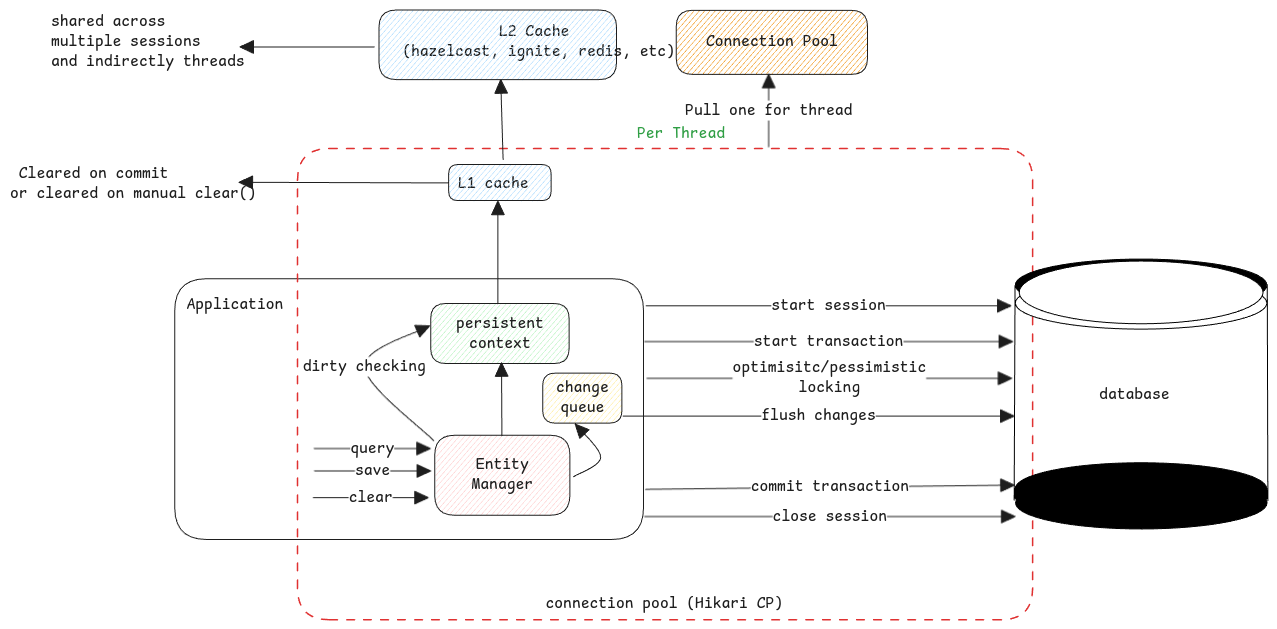
Above: static/img/jpa-database-transactions.excalidraw.png in swaroopar/inprogress-engineer (Excalidraw), before the change. Source tidied: one line per element, renumbered; positions are measured from the earlier drawing's top-left corner, leaving out a move shared by most shapes.
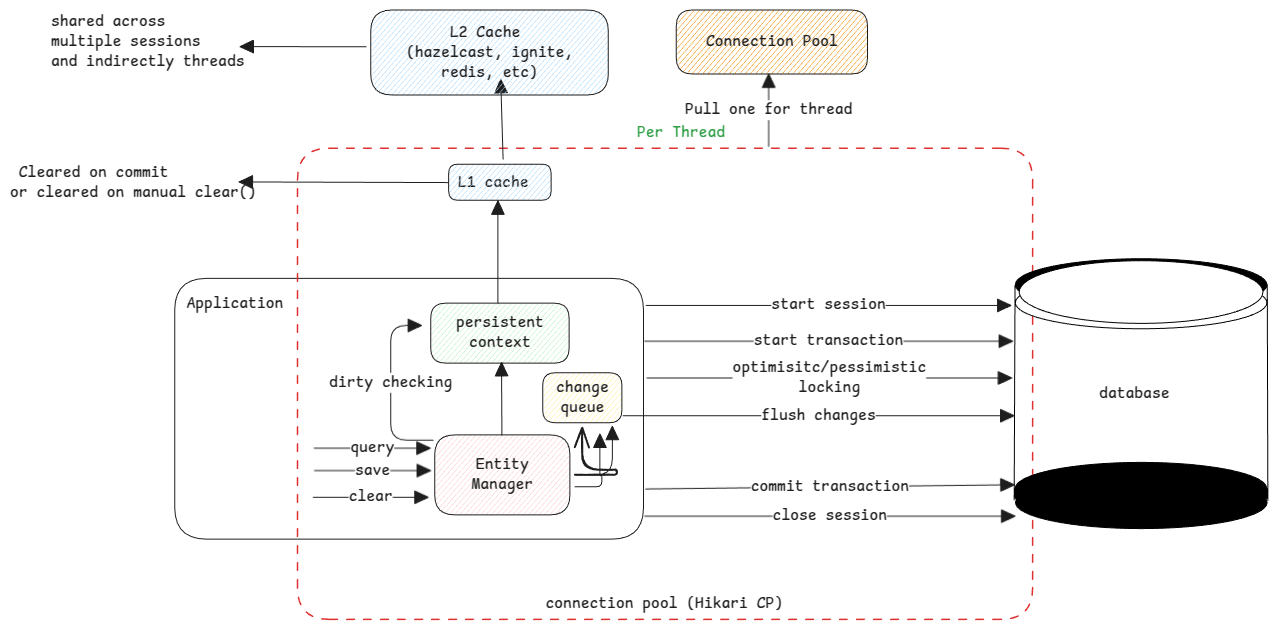
After the commit.

Change to the diagram source:
```diff
@@ -21,16 +21,16 @@
 {"id": 20, "type": "arrow", "strokeColor": "#1e1e1e", "strokeWidth": 1, "roughness": 0, "endArrowhead": "triangle", "round": true, "from": 10, "to": 2, "x": 492, "y": 426, "width": 0, "height": 73, "points": [[0, 0], [0, -73]]}
 {"id": 21, "type": "arrow", "strokeColor": "#1e1e1e", "strokeWidth": 1, "roughness": 0, "endArrowhead": "triangle", "round": true, "to": 22, "x": 439, "y": 173, "width": 210, "height": 1, "points": [[0, 0], [-210, -1]]}
 {"id": 22, "type": "text", "text": " Cleared on commit\nor cleared on manual clear()", "strokeColor": "#1e1e1e", "strokeWidth": 1, "roughness": 0, "fontSize": 16, "fontFamily": 8, "x": 0, "y": 154, "width": 246, "height": 40}
-{"id": 23, "type": "arrow", "strokeColor": "#1e1e1e", "strokeWidth": 1, "roughness": 0, "endArrowhead": "triangle", "round": true, "from": 10, "to": 2, "x": 424, "y": 431, "width": 69, "height": 115, "points": [[0, 0], [-69, -74], [-4, -115]]}
+{"id": 23, "type": "arrow", "strokeColor": "#1e1e1e", "strokeWidth": 1, "roughness": 0, "endArrowhead": "triangle", "from": 10, "to": 2, "x": 423, "y": 430, "width": 43, "height": 115, "points": [[0, 0], [-43, 0], [-43, -115], [-12, -115]]}
 {"id": 24, "type": "text", "text": "dirty checking", "strokeColor": "#1e1e1e", "strokeWidth": 2, "roughness": 1, "fontSize": 16, "fontFamily": 8, "textAlign": "center", "verticalAlign": "middle", "inside": 23, "x": 293, "y": 347, "width": 123, "height": 20}
 {"id": 25, "type": "rectangle", "strokeColor": "#1e1e1e", "backgroundColor": "#ffec99", "fillStyle": "hachure", "strokeWidth": 1, "roughness": 0, "round": true, "x": 533, "y": 363, "width": 79, "height": 50}
 {"id": 26, "type": "text", "text": "change\nqueue", "strokeColor": "#1e1e1e", "strokeWidth": 2, "roughness": 1, "fontSize": 16, "fontFamily": 8, "textAlign": "center", "verticalAlign": "middle", "inside": 25, "x": 546, "y": 368, "width": 53, "height": 40}
 {"id": 27, "type": "rectangle", "strokeColor": "#e03131", "strokeWidth": 1, "strokeStyle": "dashed", "roughness": 0, "round": true, "x": 287, "y": 139, "width": 735, "height": 471}
 {"id": 28, "type": "text", "text": "connection pool (Hikari CP)", "strokeColor": "#1e1e1e", "strokeWidth": 1, "strokeStyle": "dotted", "roughness": 0, "fontSize": 16, "fontFamily": 8, "x": 535, "y": 584, "width": 238, "height": 20}
 {"id": 29, "type": "arrow", "strokeColor": "#1e1e1e", "strokeWidth": 1, "roughness": 0, "endArrowhead": "triangle", "round": true, "from": 17, "x": 493, "y": 150, "width": 2, "height": 80, "points": [[0, 0], [-2, -80]]}
+{"id": 31, "type": "rectangle", "strokeColor": "#1e1e1e", "backgroundColor": "#a5d8ff", "fillStyle": "hachure", "strokeWidth": 1, "roughness": 0, "round": true, "x": 361, "y": 0, "width": 238, "height": 85}
-{"id": 30, "type": "text", "text": "L2 Cache \n(hazelcast, ignite, redis, etc)", "strokeColor": "#1e1e1e", "strokeWidth": 1, "roughness": 0, "fontSize": 16, "fontFamily": 8, "textAlign": "center", "x": 392, "y": 12, "width": 273, "height": 40}
+{"id": 30, "type": "text", "text": "L2 Cache \n(hazelcast, ignite,\nredis, etc)", "strokeColor": "#1e1e1e", "strokeWidth": 1, "roughness": 0, "fontSize": 16, "fontFamily": 8, "textAlign": "center", "verticalAlign": "middle", "inside": 31, "x": 396, "y": 13, "width": 167, "height": 60}
-{"id": 31, "type": "rectangle", "strokeColor": "#1e1e1e", "backgroundColor": "#a5d8ff", "fillStyle": "hachure", "strokeWidth": 1, "roughness": 0, "round": true, "x": 369, "y": 0, "width": 238, "height": 70}
-{"id": 32, "type": "arrow", "strokeColor": "#1e1e1e", "strokeWidth": 1, "roughness": 0, "endArrowhead": "triangle", "round": true, "from": 31, "x": 364, "y": 37, "width": 134, "height": 0, "points": [[0, 0], [-134, 0]]}
+{"id": 32, "type": "arrow", "strokeColor": "#1e1e1e", "strokeWidth": 1, "roughness": 0, "endArrowhead": "triangle", "round": true, "from": 31, "x": 356, "y": 37, "width": 126, "height": 0, "points": [[0, 0], [-126, 0]]}
 {"id": 33, "type": "text", "text": "shared across \nmultiple sessions \nand indirectly threads", "strokeColor": "#1e1e1e", "strokeWidth": 1, "roughness": 0, "fontSize": 16, "fontFamily": 8, "x": 41, "y": 2, "width": 194, "height": 60}
 {"id": 34, "type": "ellipse", "strokeColor": "#000000", "backgroundColor": "#000000", "fillStyle": "solid", "strokeWidth": 1, "roughness": 0, "round": true, "x": 1005, "y": 453, "width": 252, "height": 52}
 {"id": 35, "type": "rectangle", "strokeColor": "#000000", "backgroundColor": "#000000", "fillStyle": "solid", "strokeWidth": 1, "roughness": 0, "round": true, "x": 1005, "y": 478, "width": 253, "height": 11}
@@ -45,7 +45,6 @@
 {"id": 44, "type": "text", "text": "close session", "strokeColor": "#1e1e1e", "strokeWidth": 2, "roughness": 1, "fontSize": 16, "fontFamily": 8, "textAlign": "center", "verticalAlign": "middle", "inside": 43, "x": 763, "y": 497, "width": 114, "height": 20}
 {"id": 45, "type": "arrow", "strokeColor": "#1e1e1e", "strokeWidth": 1, "roughness": 0, "endArrowhead": "triangle", "round": true, "x": 304, "y": 439, "width": 116, "height": 0, "points": [[0, 0], [116, 0]]}
 {"id": 46, "type": "text", "text": "query", "strokeColor": "#1e1e1e", "strokeWidth": 2, "roughness": 1, "fontSize": 16, "fontFamily": 8, "textAlign": "center", "verticalAlign": "middle", "inside": 45, "x": 340, "y": 429, "width": 44, "height": 20}
-{"id": 47, "type": "arrow", "strokeColor": "#1e1e1e", "backgroundColor": "#ffc9c9", "fillStyle": "hachure", "strokeWidth": 1, "roughness": 0, "endArrowhead": "triangle", "round": true, "from": 10, "to": 25, "x": 563, "y": 467, "width": 27, "height": 53, "points": [[0, 0], [27, -19], [2, -53]]}
 {"id": 48, "type": "rectangle", "strokeColor": "#1e1e1e", "backgroundColor": "#a5d8ff", "fillStyle": "hachure", "strokeWidth": 1, "roughness": 0, "round": true, "x": 439, "y": 155, "width": 102, "height": 36}
 {"id": 49, "type": "text", "text": "Per Thread", "strokeColor": "#2f9e44", "backgroundColor": "#a5d8ff", "fillStyle": "hachure", "strokeWidth": 1, "roughness": 0, "fontSize": 16, "fontFamily": 8, "textAlign": "center", "x": 627, "y": 114, "width": 88, "height": 20}
 {"id": 50, "type": "arrow", "strokeColor": "#1e1e1e", "backgroundColor": "#a5d8ff", "fillStyle": "hachure", "strokeWidth": 1, "roughness": 0, "endArrowhead": "triangle", "round": true, "from": 25, "x": 613, "y": 406, "width": 391, "height": 0, "points": [[0, 0], [391, 0]]}
@@ -54,3 +53,4 @@
 {"id": 53, "type": "text", "text": "Connection Pool", "strokeColor": "#1e1e1e", "backgroundColor": "#a5d8ff", "fillStyle": "hachure", "strokeWidth": 2, "roughness": 0, "fontSize": 16, "fontFamily": 8, "textAlign": "center", "verticalAlign": "middle", "inside": 52, "x": 696, "y": 22, "width": 132, "height": 20}
 {"id": 54, "type": "arrow", "strokeColor": "#1e1e1e", "backgroundColor": "#a5d8ff", "fillStyle": "hachure", "strokeWidth": 1, "roughness": 0, "endArrowhead": "triangle", "round": true, "x": 759, "y": 137, "width": 0, "height": 73, "points": [[0, 0], [0, -73]]}
 {"id": 55, "type": "text", "text": "Pull one for thread", "strokeColor": "#1e1e1e", "backgroundColor": "#a5d8ff", "fillStyle": "hachure", "strokeWidth": 2, "roughness": 0, "fontSize": 16, "fontFamily": 8, "textAlign": "center", "verticalAlign": "middle", "inside": 54, "x": 675, "y": 91, "width": 167, "height": 20}
+{"id": 56, "type": "arrow", "strokeColor": "#1e1e1e", "strokeWidth": 1, "roughness": 0, "endArrowhead": "triangle", "from": 10, "to": 25, "x": 565, "y": 465, "width": 37, "height": 49, "points": [[0, 0], [37, 0], [37, -49]]}
```
